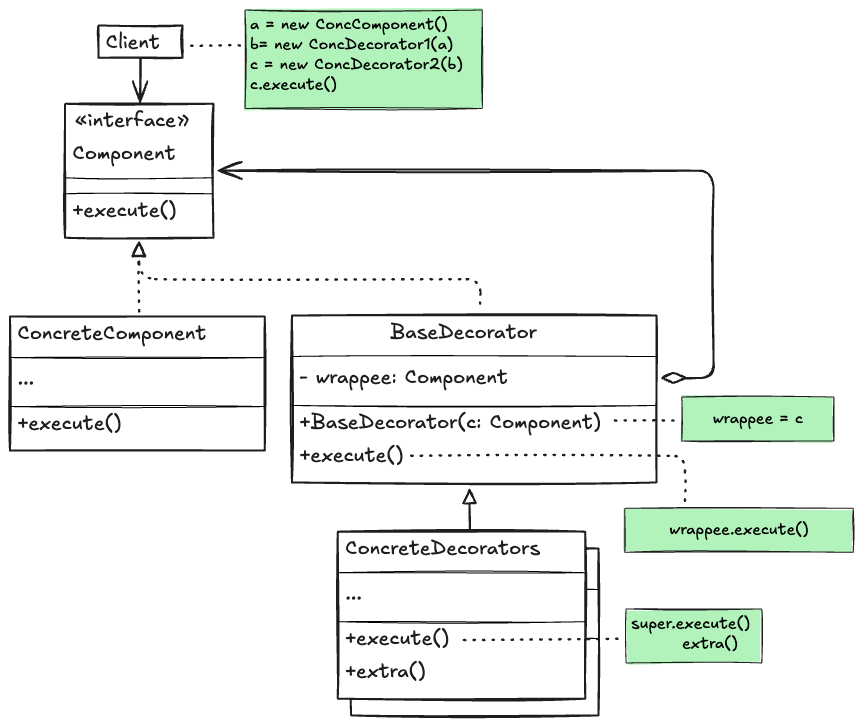
This is decorator-pattern.excalidraw.png from bjenning04/foam, a Excalidraw export, as it was before one commit. Source tidied: one line per element, renumbered; positions are measured from the earlier drawing's top-left corner, leaving out a move shared by most shapes.
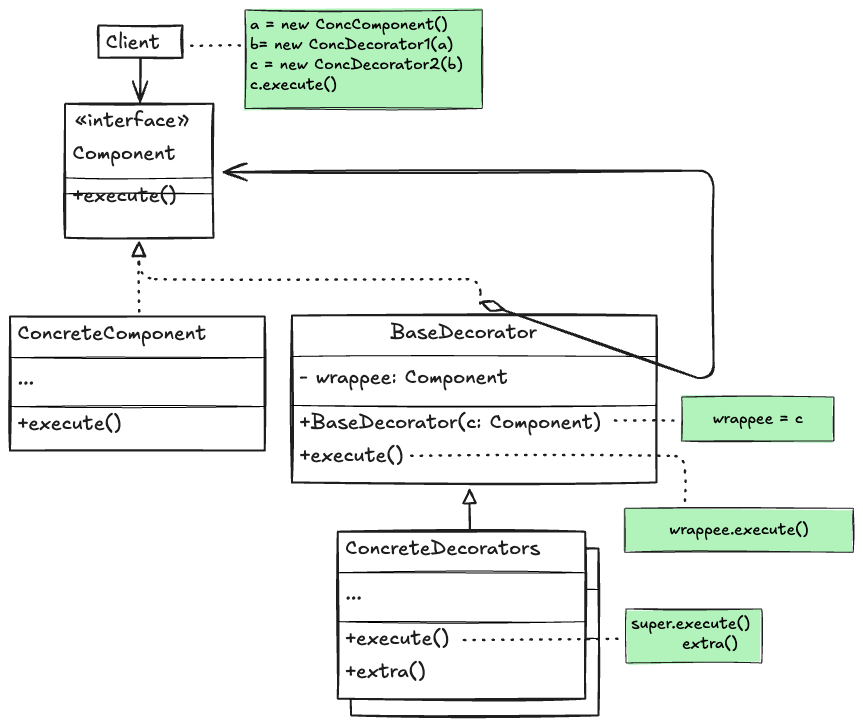
The same diagram one commit later.

What changed in the source:
```diff
@@ -7,7 +7,6 @@
 {"id": 6, "type": "rectangle", "strokeColor": "#1e1e1e", "backgroundColor": "#b2f2bb", "fillStyle": "solid", "strokeWidth": 1, "roughness": 1, "x": 615, "y": 498, "width": 229, "height": 44}
 {"id": 7, "type": "rectangle", "strokeColor": "#1e1e1e", "backgroundColor": "#b2f2bb", "fillStyle": "solid", "strokeWidth": 1, "roughness": 1, "x": 616, "y": 599, "width": 136, "height": 54}
 {"id": 8, "type": "line", "strokeColor": "#000", "strokeWidth": 1, "roughness": 1, "x": 55, "y": 168, "width": 148, "height": 0, "points": [[0, 0], [148, 0]]}
-{"id": 9, "type": "line", "strokeColor": "#000", "strokeWidth": 1, "roughness": 1, "x": 55, "y": 184, "width": 148, "height": 0, "points": [[0, 0], [148, 0]]}
 {"id": 10, "type": "line", "strokeColor": "#000", "strokeWidth": 1, "roughness": 1, "x": 0, "y": 348, "width": 255, "height": 0, "points": [[0, 0], [255, 0]]}
 {"id": 11, "type": "line", "strokeColor": "#000", "strokeWidth": 1, "roughness": 1, "x": 0, "y": 397, "width": 255, "height": 0, "points": [[0, 0], [255, 0]]}
 {"id": 12, "type": "line", "strokeColor": "#000", "strokeWidth": 1, "roughness": 1, "x": 282, "y": 346, "width": 365, "height": 0, "points": [[0, 0], [365, 0]]}
@@ -15,7 +14,7 @@
 {"id": 14, "type": "arrow", "strokeColor": "#1e1e1e", "strokeWidth": 2, "roughness": 1, "endArrowhead": "arrow", "round": true, "from": 0, "to": 1, "x": 130, "y": 49, "width": 0, "height": 43, "points": [[0, 0], [0, 43]]}
 {"id": 15, "type": "arrow", "strokeColor": "#1e1e1e", "strokeWidth": 2, "strokeStyle": "dotted", "roughness": 1, "round": true, "from": 1, "to": 26, "x": 127, "y": 232, "width": 3, "height": 73, "points": [[0, 0], [3, 73]]}
 {"id": 16, "type": "arrow", "strokeColor": "#1e1e1e", "strokeWidth": 2, "strokeStyle": "dotted", "roughness": 1, "startArrowhead": "triangle_outline", "from": 1, "to": 29, "x": 129, "y": 233, "width": 342, "height": 64, "points": [[0, 0], [0, 36], [342, 36], [342, 64]]}
-{"id": 17, "type": "arrow", "strokeColor": "#1e1e1e", "strokeWidth": 2, "roughness": 1, "startArrowhead": "arrow", "endArrowhead": "diamond_outline", "from": 1, "to": 3, "x": 208, "y": 161, "width": 495, "height": 207, "points": [[0, 0], [495, 0], [495, 207], [444, 207]]}
+{"id": 17, "type": "arrow", "strokeColor": "#1e1e1e", "strokeWidth": 2, "roughness": 1, "startArrowhead": "arrow", "endArrowhead": "diamond_outline", "from": 1, "to": 3, "x": 213, "y": 162, "width": 490, "height": 207, "points": [[0, 0], [490, -2], [490, 206], [258, 130]]}
 {"id": 18, "type": "arrow", "strokeColor": "#1e1e1e", "strokeWidth": 2, "roughness": 1, "startArrowhead": "triangle_outline", "from": 3, "to": 40, "x": 459, "y": 480, "width": 1, "height": 50, "points": [[0, 0], [1, 50]]}
 {"id": 19, "type": "arrow", "strokeColor": "#1e1e1e", "strokeWidth": 2, "strokeStyle": "dotted", "roughness": 1, "from": 4, "to": 0, "x": 230, "y": 36, "width": 52, "height": 0, "points": [[0, 0], [-52, 0]]}
 {"id": 20, "type": "arrow", "strokeColor": "#1e1e1e", "strokeWidth": 2, "strokeStyle": "dotted", "roughness": 1, "round": true, "from": 5, "to": 31, "x": 664, "y": 412, "width": 62, "height": 1, "points": [[0, 0], [-62, -1]]}
@@ -23,7 +22,7 @@
 {"id": 22, "type": "text", "text": "Client", "strokeColor": "#1e1e1e", "strokeWidth": 2, "roughness": 1, "fontSize": 20, "fontFamily": 5, "verticalAlign": "middle", "x": 96, "y": 20, "width": 54, "height": 25}
 {"id": 23, "type": "text", "text": "«interface»", "strokeColor": "#1e1e1e", "strokeWidth": 2, "roughness": 1, "fontSize": 20, "fontFamily": 5, "verticalAlign": "middle", "x": 65, "y": 99, "width": 114, "height": 25}
 {"id": 24, "type": "text", "text": "Component", "strokeColor": "#1e1e1e", "strokeWidth": 2, "roughness": 1, "fontSize": 20, "fontFamily": 5, "verticalAlign": "middle", "x": 63, "y": 132, "width": 103, "height": 25}
-{"id": 25, "type": "text", "text": "+execute()", "strokeColor": "#1e1e1e", "strokeWidth": 2, "roughness": 1, "fontSize": 20, "fontFamily": 5, "verticalAlign": "middle", "x": 63, "y": 189, "width": 104, "height": 25}
+{"id": 25, "type": "text", "text": "+execute()", "strokeColor": "#1e1e1e", "strokeWidth": 2, "roughness": 1, "fontSize": 20, "fontFamily": 5, "verticalAlign": "middle", "x": 63, "y": 174, "width": 104, "height": 25}
 {"id": 26, "type": "text", "text": "ConcreteComponent", "strokeColor": "#1e1e1e", "strokeWidth": 2, "roughness": 1, "fontSize": 20, "fontFamily": 5, "verticalAlign": "middle", "x": 8, "y": 312, "width": 189, "height": 25}
 {"id": 27, "type": "text", "text": "...", "strokeColor": "#1e1e1e", "strokeWidth": 2, "roughness": 1, "fontSize": 20, "fontFamily": 5, "verticalAlign": "middle", "x": 8, "y": 357, "width": 16, "height": 25}
 {"id": 28, "type": "text", "text": "+execute()", "strokeColor": "#1e1e1e", "strokeWidth": 2, "roughness": 1, "fontSize": 20, "fontFamily": 5, "verticalAlign": "middle", "x": 8, "y": 402, "width": 104, "height": 25}
```
